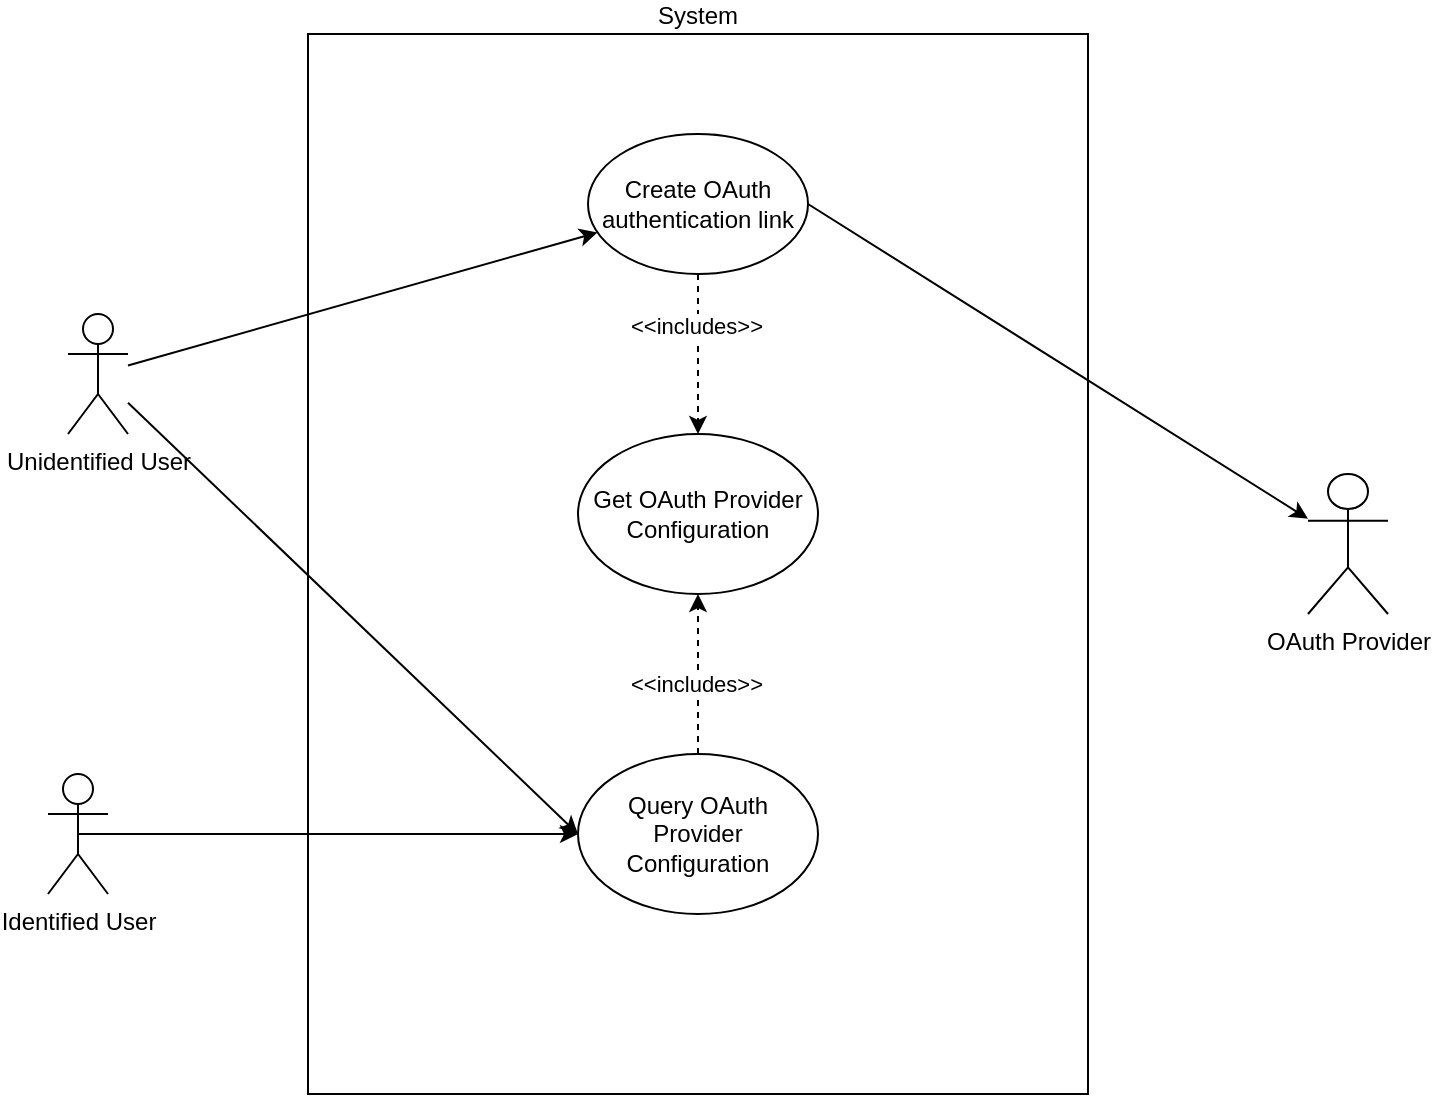
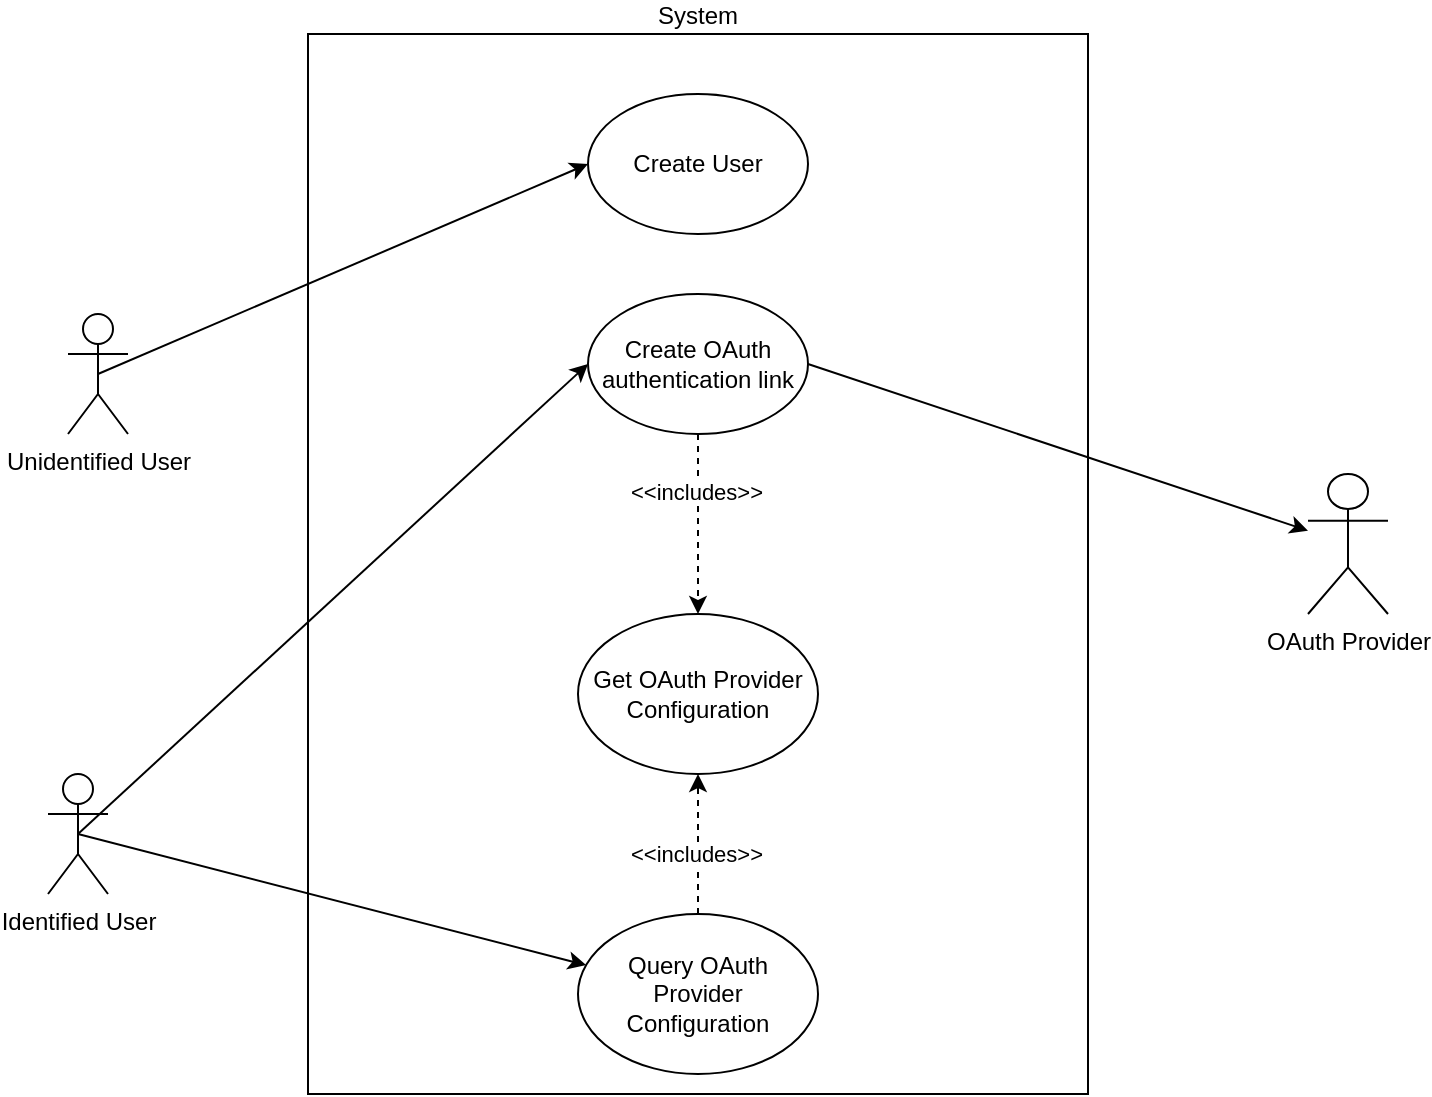
<mxfile host="65bd71144e">
    <diagram id="3Yy4MeTNTpzMwPfkCHjn" name="OAuth Provider Configuration">
-         <mxGraphModel dx="1009" dy="795" grid="1" gridSize="10" guides="1" tooltips="1" connect="1" arrows="1" fold="1" page="1" pageScale="1" pageWidth="850" pageHeight="1100" math="0" shadow="0">
+         <mxGraphModel dx="1133" dy="534" grid="1" gridSize="10" guides="1" tooltips="1" connect="1" arrows="1" fold="1" page="1" pageScale="1" pageWidth="850" pageHeight="1100" math="0" shadow="0">
            <root>
                <mxCell id="0"/>
                <mxCell id="1" parent="0"/>
-                 <mxCell id="15" style="edgeStyle=none;html=1;" parent="1" source="3" target="12" edge="1">
-                     <mxGeometry relative="1" as="geometry"/>
-                 </mxCell>
-                 <mxCell id="19" style="edgeStyle=none;html=1;entryX=0;entryY=0.5;entryDx=0;entryDy=0;" parent="1" source="3" target="17" edge="1">
+                 <mxCell id="29" style="edgeStyle=none;html=1;exitX=0.5;exitY=0.5;exitDx=0;exitDy=0;exitPerimeter=0;entryX=0;entryY=0.5;entryDx=0;entryDy=0;" edge="1" parent="1" source="3" target="27">
                    <mxGeometry relative="1" as="geometry"/>
                </mxCell>
                <mxCell id="3" value="Unidentified User" style="shape=umlActor;verticalLabelPosition=bottom;verticalAlign=top;html=1;outlineConnect=0;" parent="1" vertex="1">
                    <mxGeometry x="40" y="220" width="30" height="60" as="geometry"/>
                </mxCell>
                <mxCell id="18" style="edgeStyle=none;html=1;exitX=0.5;exitY=0.5;exitDx=0;exitDy=0;exitPerimeter=0;" parent="1" source="6" target="17" edge="1">
                    <mxGeometry relative="1" as="geometry"/>
                </mxCell>
+                 <mxCell id="33" style="edgeStyle=none;html=1;exitX=0.5;exitY=0.5;exitDx=0;exitDy=0;exitPerimeter=0;entryX=0;entryY=0.5;entryDx=0;entryDy=0;" edge="1" parent="1" source="6" target="12">
+                     <mxGeometry relative="1" as="geometry"/>
+                 </mxCell>
                <mxCell id="6" value="Identified User" style="shape=umlActor;verticalLabelPosition=bottom;verticalAlign=top;html=1;outlineConnect=0;" parent="1" vertex="1">
                    <mxGeometry x="30" y="450" width="30" height="60" as="geometry"/>
                </mxCell>
                <mxCell id="13" value="System" style="rounded=0;whiteSpace=wrap;html=1;fillColor=none;labelPosition=center;verticalLabelPosition=top;align=center;verticalAlign=bottom;" parent="1" vertex="1">
                    <mxGeometry x="160" y="80" width="390" height="530" as="geometry"/>
                </mxCell>
                <mxCell id="16" style="edgeStyle=none;html=1;exitX=1;exitY=0.5;exitDx=0;exitDy=0;" parent="1" source="12" target="14" edge="1">
                    <mxGeometry relative="1" as="geometry"/>
                </mxCell>
                <mxCell id="23" value="" style="edgeStyle=none;html=1;dashed=1;" parent="1" source="12" target="20" edge="1">
                    <mxGeometry relative="1" as="geometry"/>
                </mxCell>
                <mxCell id="24" value="&amp;lt;&amp;lt;includes&amp;gt;&amp;gt;" style="edgeLabel;html=1;align=center;verticalAlign=middle;resizable=0;points=[];" parent="23" vertex="1" connectable="0">
                    <mxGeometry x="-0.3667" y="-1" relative="1" as="geometry">
                        <mxPoint as="offset"/>
                    </mxGeometry>
                </mxCell>
                <mxCell id="12" value="Create OAuth authentication link" style="ellipse;whiteSpace=wrap;html=1;" parent="1" vertex="1">
-                     <mxGeometry x="300" y="130" width="110" height="70" as="geometry"/>
+                     <mxGeometry x="300" y="210" width="110" height="70" as="geometry"/>
                </mxCell>
                <mxCell id="14" value="OAuth Provider" style="shape=umlActor;verticalLabelPosition=bottom;verticalAlign=top;html=1;outlineConnect=0;" parent="1" vertex="1">
                    <mxGeometry x="660" y="300" width="40" height="70" as="geometry"/>
                </mxCell>
                <mxCell id="25" value="" style="edgeStyle=none;html=1;dashed=1;" parent="1" source="17" target="20" edge="1">
                    <mxGeometry relative="1" as="geometry"/>
                </mxCell>
                <mxCell id="26" value="&amp;lt;&amp;lt;includes&amp;gt;&amp;gt;" style="edgeLabel;html=1;align=center;verticalAlign=middle;resizable=0;points=[];" parent="25" vertex="1" connectable="0">
                    <mxGeometry x="-0.125" y="1" relative="1" as="geometry">
                        <mxPoint as="offset"/>
                    </mxGeometry>
                </mxCell>
                <mxCell id="17" value="Query OAuth Provider Configuration" style="ellipse;whiteSpace=wrap;html=1;" parent="1" vertex="1">
-                     <mxGeometry x="295" y="440" width="120" height="80" as="geometry"/>
+                     <mxGeometry x="295" y="520" width="120" height="80" as="geometry"/>
                </mxCell>
                <mxCell id="20" value="Get OAuth Provider Configuration" style="ellipse;whiteSpace=wrap;html=1;" parent="1" vertex="1">
-                     <mxGeometry x="295" y="280" width="120" height="80" as="geometry"/>
+                     <mxGeometry x="295" y="370" width="120" height="80" as="geometry"/>
+                 </mxCell>
+                 <mxCell id="27" value="Create User" style="ellipse;whiteSpace=wrap;html=1;" vertex="1" parent="1">
+                     <mxGeometry x="300" y="110" width="110" height="70" as="geometry"/>
                </mxCell>
            </root>
        </mxGraphModel>
    </diagram>
    <diagram id="-2Bk1ioW_23xUsUQzydT" name="Authorization URL Generationn">
        <mxGraphModel dx="665" dy="795" grid="1" gridSize="10" guides="1" tooltips="1" connect="1" arrows="1" fold="1" page="1" pageScale="1" pageWidth="850" pageHeight="1100" math="0" shadow="0">
            <root>
                <mxCell id="0"/>
                <mxCell id="1" parent="0"/>
                <mxCell id="sYxeuYRa29EKOdVYzIEC-1" value="System" style="rounded=0;whiteSpace=wrap;html=1;fillColor=none;labelPosition=center;verticalLabelPosition=top;align=center;verticalAlign=bottom;" parent="1" vertex="1">
                    <mxGeometry x="230" y="70" width="370" height="670" as="geometry"/>
                </mxCell>
                <mxCell id="sYxeuYRa29EKOdVYzIEC-16" style="edgeStyle=none;html=1;exitX=0.5;exitY=0.5;exitDx=0;exitDy=0;exitPerimeter=0;entryX=0;entryY=0.5;entryDx=0;entryDy=0;" parent="1" source="sYxeuYRa29EKOdVYzIEC-2" target="sYxeuYRa29EKOdVYzIEC-15" edge="1">
                    <mxGeometry relative="1" as="geometry"/>
                </mxCell>
                <mxCell id="sYxeuYRa29EKOdVYzIEC-2" value="Identified User" style="shape=umlActor;verticalLabelPosition=bottom;verticalAlign=top;html=1;outlineConnect=0;" parent="1" vertex="1">
                    <mxGeometry x="60" y="400" width="30" height="60" as="geometry"/>
                </mxCell>
                <mxCell id="sYxeuYRa29EKOdVYzIEC-13" style="edgeStyle=none;html=1;exitX=0;exitY=1;exitDx=0;exitDy=0;entryX=0.5;entryY=0;entryDx=0;entryDy=0;" parent="1" source="sYxeuYRa29EKOdVYzIEC-4" target="sYxeuYRa29EKOdVYzIEC-12" edge="1">
                    <mxGeometry relative="1" as="geometry"/>
                </mxCell>
                <mxCell id="sYxeuYRa29EKOdVYzIEC-14" value="&amp;lt;&amp;lt;includes&amp;gt;&amp;gt;" style="edgeLabel;html=1;align=center;verticalAlign=middle;resizable=0;points=[];" parent="sYxeuYRa29EKOdVYzIEC-13" vertex="1" connectable="0">
                    <mxGeometry x="-0.2819" y="1" relative="1" as="geometry">
                        <mxPoint x="-15" y="19" as="offset"/>
                    </mxGeometry>
                </mxCell>
                <mxCell id="sYxeuYRa29EKOdVYzIEC-4" value="Generate OAuth Authorization Link" style="ellipse;whiteSpace=wrap;html=1;" parent="1" vertex="1">
                    <mxGeometry x="340" y="220" width="120" height="80" as="geometry"/>
                </mxCell>
                <mxCell id="sYxeuYRa29EKOdVYzIEC-8" value="" style="edgeStyle=none;html=1;" parent="1" source="sYxeuYRa29EKOdVYzIEC-7" target="sYxeuYRa29EKOdVYzIEC-4" edge="1">
                    <mxGeometry relative="1" as="geometry"/>
                </mxCell>
                <mxCell id="sYxeuYRa29EKOdVYzIEC-9" value="&amp;lt;&amp;lt;optional&amp;gt;&amp;gt;" style="edgeLabel;html=1;align=center;verticalAlign=middle;resizable=0;points=[];" parent="sYxeuYRa29EKOdVYzIEC-8" vertex="1" connectable="0">
                    <mxGeometry x="-0.0333" y="2" relative="1" as="geometry">
                        <mxPoint x="6" y="3" as="offset"/>
                    </mxGeometry>
                </mxCell>
                <mxCell id="sYxeuYRa29EKOdVYzIEC-11" style="edgeStyle=none;html=1;exitX=1;exitY=0.5;exitDx=0;exitDy=0;" parent="1" source="sYxeuYRa29EKOdVYzIEC-7" target="sYxeuYRa29EKOdVYzIEC-10" edge="1">
                    <mxGeometry relative="1" as="geometry"/>
                </mxCell>
                <mxCell id="sYxeuYRa29EKOdVYzIEC-7" value="Get URL from Provider" style="ellipse;whiteSpace=wrap;html=1;" parent="1" vertex="1">
                    <mxGeometry x="440" y="350" width="120" height="80" as="geometry"/>
                </mxCell>
                <mxCell id="sYxeuYRa29EKOdVYzIEC-10" value="OAuth Provider" style="shape=umlActor;verticalLabelPosition=bottom;verticalAlign=top;html=1;outlineConnect=0;" parent="1" vertex="1">
                    <mxGeometry x="680" y="360" width="30" height="60" as="geometry"/>
                </mxCell>
                <mxCell id="sYxeuYRa29EKOdVYzIEC-12" value="Get OAuth Provider Configuration" style="ellipse;whiteSpace=wrap;html=1;" parent="1" vertex="1">
                    <mxGeometry x="260" y="350" width="120" height="80" as="geometry"/>
                </mxCell>
                <mxCell id="sYxeuYRa29EKOdVYzIEC-18" style="edgeStyle=none;html=1;exitX=0.5;exitY=1;exitDx=0;exitDy=0;dashed=1;" parent="1" source="sYxeuYRa29EKOdVYzIEC-15" target="sYxeuYRa29EKOdVYzIEC-4" edge="1">
                    <mxGeometry relative="1" as="geometry"/>
                </mxCell>
                <mxCell id="sYxeuYRa29EKOdVYzIEC-19" value="&amp;lt;&amp;lt;includes&amp;gt;&amp;gt;" style="edgeLabel;html=1;align=center;verticalAlign=middle;resizable=0;points=[];" parent="sYxeuYRa29EKOdVYzIEC-18" vertex="1" connectable="0">
                    <mxGeometry y="-1" relative="1" as="geometry">
                        <mxPoint as="offset"/>
                    </mxGeometry>
                </mxCell>
                <mxCell id="sYxeuYRa29EKOdVYzIEC-15" value="Get OAuth Provider Authorization Link" style="ellipse;whiteSpace=wrap;html=1;" parent="1" vertex="1">
                    <mxGeometry x="340" y="100" width="120" height="80" as="geometry"/>
                </mxCell>
                <mxCell id="KDpmLD4fltKA_ZnvDyzW-4" style="edgeStyle=none;html=1;exitX=0.5;exitY=0.5;exitDx=0;exitDy=0;exitPerimeter=0;entryX=1;entryY=0.5;entryDx=0;entryDy=0;" edge="1" parent="1" source="sYxeuYRa29EKOdVYzIEC-20" target="KDpmLD4fltKA_ZnvDyzW-1">
                    <mxGeometry relative="1" as="geometry"/>
                </mxCell>
                <mxCell id="sYxeuYRa29EKOdVYzIEC-20" value="OAuth Provider Auth Server" style="shape=umlActor;verticalLabelPosition=bottom;verticalAlign=top;html=1;outlineConnect=0;" parent="1" vertex="1">
                    <mxGeometry x="680" y="480" width="30" height="60" as="geometry"/>
                </mxCell>
                <mxCell id="sYxeuYRa29EKOdVYzIEC-21" style="edgeStyle=none;html=1;exitX=0.5;exitY=0.5;exitDx=0;exitDy=0;exitPerimeter=0;entryX=0.5;entryY=0.5;entryDx=0;entryDy=0;entryPerimeter=0;" parent="1" source="sYxeuYRa29EKOdVYzIEC-2" target="sYxeuYRa29EKOdVYzIEC-20" edge="1">
                    <mxGeometry relative="1" as="geometry"/>
                </mxCell>
                <mxCell id="sYxeuYRa29EKOdVYzIEC-23" value="User Authorization" style="edgeLabel;html=1;align=center;verticalAlign=middle;resizable=0;points=[];" parent="sYxeuYRa29EKOdVYzIEC-21" vertex="1" connectable="0">
                    <mxGeometry x="-0.123" y="1" relative="1" as="geometry">
                        <mxPoint x="68" y="6" as="offset"/>
                    </mxGeometry>
                </mxCell>
                <mxCell id="KDpmLD4fltKA_ZnvDyzW-5" style="edgeStyle=none;html=1;exitX=0.5;exitY=1;exitDx=0;exitDy=0;" edge="1" parent="1" source="KDpmLD4fltKA_ZnvDyzW-1" target="KDpmLD4fltKA_ZnvDyzW-2">
                    <mxGeometry relative="1" as="geometry"/>
                </mxCell>
                <mxCell id="KDpmLD4fltKA_ZnvDyzW-6" value="&amp;lt;&amp;lt;includes&amp;gt;&amp;gt;" style="edgeLabel;html=1;align=center;verticalAlign=middle;resizable=0;points=[];" vertex="1" connectable="0" parent="KDpmLD4fltKA_ZnvDyzW-5">
                    <mxGeometry x="-0.2" relative="1" as="geometry">
                        <mxPoint as="offset"/>
                    </mxGeometry>
                </mxCell>
                <mxCell id="KDpmLD4fltKA_ZnvDyzW-1" value="Handle Callback" style="ellipse;whiteSpace=wrap;html=1;" vertex="1" parent="1">
                    <mxGeometry x="355" y="510" width="120" height="80" as="geometry"/>
                </mxCell>
                <mxCell id="KDpmLD4fltKA_ZnvDyzW-2" value="Store Token + Refresh&amp;nbsp;" style="ellipse;whiteSpace=wrap;html=1;" vertex="1" parent="1">
                    <mxGeometry x="355" y="640" width="120" height="80" as="geometry"/>
                </mxCell>
            </root>
        </mxGraphModel>
    </diagram>
    <diagram id="u1AJPF7TpUB0NQRNiUXZ" name="Token Usage + Refresh">
        <mxGraphModel dx="665" dy="795" grid="1" gridSize="10" guides="1" tooltips="1" connect="1" arrows="1" fold="1" page="1" pageScale="1" pageWidth="850" pageHeight="1100" math="0" shadow="0">
            <root>
                <mxCell id="0"/>
                <mxCell id="1" parent="0"/>
                <mxCell id="h0rSSB9LvqKMmnozpPWn-1" value="System" style="rounded=0;whiteSpace=wrap;html=1;fillColor=none;labelPosition=center;verticalLabelPosition=top;align=center;verticalAlign=bottom;" vertex="1" parent="1">
                    <mxGeometry x="240" y="80" width="400" height="480" as="geometry"/>
                </mxCell>
                <mxCell id="ycFsoKau3hmqUDzAAv8v-3" style="edgeStyle=none;html=1;exitX=0.5;exitY=0.5;exitDx=0;exitDy=0;exitPerimeter=0;" edge="1" parent="1" source="h0rSSB9LvqKMmnozpPWn-2" target="h0rSSB9LvqKMmnozpPWn-3">
                    <mxGeometry relative="1" as="geometry"/>
                </mxCell>
                <mxCell id="h0rSSB9LvqKMmnozpPWn-2" value="Identified User" style="shape=umlActor;verticalLabelPosition=bottom;verticalAlign=top;html=1;outlineConnect=0;" vertex="1" parent="1">
                    <mxGeometry x="80" y="150" width="40" height="80" as="geometry"/>
                </mxCell>
                <mxCell id="9P5Qim098gk0DEA1ArHf-1" style="edgeStyle=none;html=1;exitX=0.5;exitY=1;exitDx=0;exitDy=0;entryX=0.5;entryY=0;entryDx=0;entryDy=0;" edge="1" parent="1" source="h0rSSB9LvqKMmnozpPWn-3" target="ycFsoKau3hmqUDzAAv8v-1">
                    <mxGeometry relative="1" as="geometry"/>
                </mxCell>
                <mxCell id="9P5Qim098gk0DEA1ArHf-2" value="Text" style="edgeLabel;html=1;align=center;verticalAlign=middle;resizable=0;points=[];" vertex="1" connectable="0" parent="9P5Qim098gk0DEA1ArHf-1">
                    <mxGeometry x="-0.12" y="1" relative="1" as="geometry">
                        <mxPoint as="offset"/>
                    </mxGeometry>
                </mxCell>
                <mxCell id="h0rSSB9LvqKMmnozpPWn-3" value="Get Provider User Data" style="ellipse;whiteSpace=wrap;html=1;" vertex="1" parent="1">
                    <mxGeometry x="370" y="150" width="120" height="80" as="geometry"/>
                </mxCell>
                <mxCell id="znlcsatv1q6ANqFAX2tK-1" style="edgeStyle=none;html=1;exitX=0;exitY=1;exitDx=0;exitDy=0;entryX=0.5;entryY=0;entryDx=0;entryDy=0;" edge="1" parent="1" source="ycFsoKau3hmqUDzAAv8v-1" target="ycFsoKau3hmqUDzAAv8v-2">
                    <mxGeometry relative="1" as="geometry"/>
                </mxCell>
                <mxCell id="znlcsatv1q6ANqFAX2tK-2" value="&amp;lt;&amp;lt;includes&amp;gt;&amp;gt;" style="edgeLabel;html=1;align=center;verticalAlign=middle;resizable=0;points=[];" vertex="1" connectable="0" parent="znlcsatv1q6ANqFAX2tK-1">
                    <mxGeometry x="-0.2146" y="-1" relative="1" as="geometry">
                        <mxPoint as="offset"/>
                    </mxGeometry>
                </mxCell>
                <mxCell id="ycFsoKau3hmqUDzAAv8v-1" value="Get User Token" style="ellipse;whiteSpace=wrap;html=1;" vertex="1" parent="1">
                    <mxGeometry x="370" y="280" width="120" height="80" as="geometry"/>
                </mxCell>
                <mxCell id="ycFsoKau3hmqUDzAAv8v-2" value="Use Stored Token" style="ellipse;whiteSpace=wrap;html=1;" vertex="1" parent="1">
                    <mxGeometry x="290" y="400" width="120" height="80" as="geometry"/>
                </mxCell>
                <mxCell id="ycFsoKau3hmqUDzAAv8v-5" value="Provider" style="shape=umlActor;verticalLabelPosition=bottom;verticalAlign=top;html=1;outlineConnect=0;" vertex="1" parent="1">
                    <mxGeometry x="720" y="310" width="40" height="70" as="geometry"/>
                </mxCell>
                <mxCell id="znlcsatv1q6ANqFAX2tK-4" style="edgeStyle=none;html=1;exitX=0.5;exitY=0;exitDx=0;exitDy=0;entryX=1;entryY=1;entryDx=0;entryDy=0;" edge="1" parent="1" source="znlcsatv1q6ANqFAX2tK-3" target="ycFsoKau3hmqUDzAAv8v-1">
                    <mxGeometry relative="1" as="geometry"/>
                </mxCell>
                <mxCell id="znlcsatv1q6ANqFAX2tK-5" value="&amp;lt;&amp;lt;optional / conditional&amp;gt;&amp;gt;" style="edgeLabel;html=1;align=center;verticalAlign=middle;resizable=0;points=[];" vertex="1" connectable="0" parent="znlcsatv1q6ANqFAX2tK-4">
                    <mxGeometry x="0.1889" relative="1" as="geometry">
                        <mxPoint as="offset"/>
                    </mxGeometry>
                </mxCell>
                <mxCell id="znlcsatv1q6ANqFAX2tK-3" value="Use Refresh Token" style="ellipse;whiteSpace=wrap;html=1;" vertex="1" parent="1">
                    <mxGeometry x="460" y="400" width="120" height="80" as="geometry"/>
                </mxCell>
                <mxCell id="znlcsatv1q6ANqFAX2tK-6" style="edgeStyle=none;html=1;exitX=1;exitY=0.5;exitDx=0;exitDy=0;entryX=0.5;entryY=0.5;entryDx=0;entryDy=0;entryPerimeter=0;" edge="1" parent="1" source="h0rSSB9LvqKMmnozpPWn-3" target="ycFsoKau3hmqUDzAAv8v-5">
                    <mxGeometry relative="1" as="geometry"/>
                </mxCell>
            </root>
        </mxGraphModel>
    </diagram>
</mxfile>